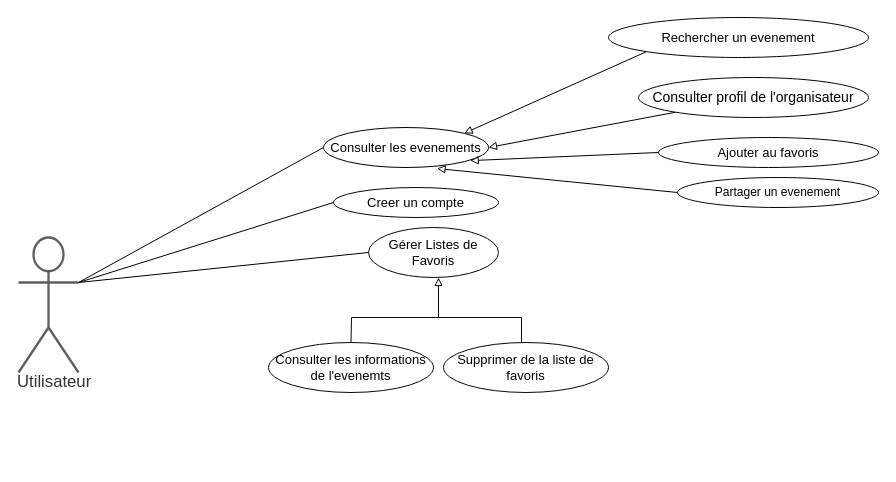
Above: Diagram de cas utilisation/1-Utilisateur_VF.drawio in mohamedimem/event- (draw.io), before the change. Source tidied: cells renumbered, new cells numbered last; positions are measured from the earlier drawing's top-left corner, leaving out a move shared by most shapes. Both pictures are drawn from the tidied source at 100%, with x=0, y=0 at pixel (18, 17).
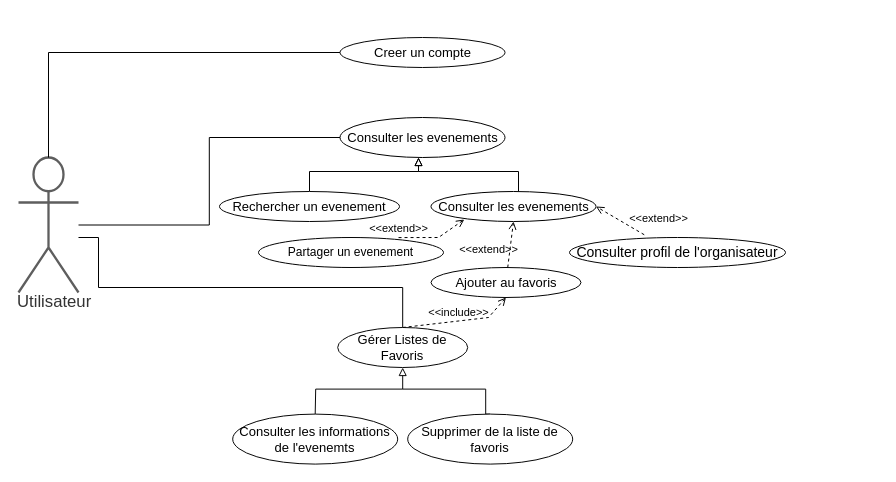
After the change.

Commit message:
Mettre à jour 1-Utilisateur_VF.drawio

What changed in the source:
```diff
@@
-    <mxCell id="2" style="rounded=0;jettySize=auto;html=1;exitX=1;exitY=0.3333333333333333;exitDx=0;exitDy=0;exitPerimeter=0;entryX=0;entryY=0.5;entryDx=0;entryDy=0;endArrow=none;endFill=0;" parent="1" edge="1" source="4" target="5">
-      <mxGeometry relative="1" as="geometry" />
-    </mxCell>
-    <mxCell id="3" style="edgeStyle=none;rounded=0;jettySize=auto;html=1;exitX=1;exitY=0.3333333333333333;exitDx=0;exitDy=0;exitPerimeter=0;entryX=0;entryY=0.5;entryDx=0;entryDy=0;endArrow=none;endFill=0;" parent="1" edge="1" source="4" target="7">
-      <mxGeometry relative="1" as="geometry" />
-    </mxCell>
     <mxCell id="4" value="Utilisateur" style="html=1;overflow=block;blockSpacing=1;shape=umlActor;labelPosition=center;verticalLabelPosition=bottom;verticalAlign=top;whiteSpace=nowrap;fontSize=16.7;fontColor=#333333;align=center;spacing=0;strokeColor=#5e5e5e;strokeOpacity=100;rounded=1;absoluteArcSize=1;arcSize=9;strokeWidth=2.3;lucidId=8mitzC-ZQj-q;" parent="1" vertex="1">
-      <mxGeometry y="220" width="60" height="135" as="geometry" />
+      <mxGeometry y="140" width="60" height="135" as="geometry" />
     </mxCell>
+    <mxCell id="22" style="edgeStyle=orthogonalEdgeStyle;rounded=0;jettySize=auto;html=1;endArrow=none;endFill=0;" parent="1" edge="1" source="5" target="4">
+      <mxGeometry relative="1" as="geometry" />
+    </mxCell>
     <mxCell id="5" value="Consulter les evenements" style="html=1;overflow=block;blockSpacing=1;whiteSpace=wrap;ellipse;fontSize=13;spacing=3.8;strokeColor=#000000;strokeOpacity=100;rounded=1;absoluteArcSize=1;arcSize=9;strokeWidth=1;lucidId=soitjvf58P_N;" parent="1" vertex="1">
-      <mxGeometry x="305" y="110" width="165" height="40" as="geometry" />
+      <mxGeometry x="321.5" y="100" width="165" height="40" as="geometry" />
     </mxCell>
     <mxCell id="6" style="html=1;jettySize=18;whiteSpace=wrap;fontSize=13;strokeColor=#080808;strokeWidth=1;rounded=1;arcSize=12;edgeStyle=orthogonalEdgeStyle;startArrow=none;endArrow=block;endFill=1;lucidId=mpitS5lhm7C1;" parent="1" edge="1">
       <mxGeometry relative="1" as="geometry">
-        <mxPoint x="596" y="239" as="sourcePoint" />
-        <mxPoint x="596" y="239" as="targetPoint" />
+        <mxPoint x="565.2" y="339" as="sourcePoint" />
+        <mxPoint x="565.2" y="339" as="targetPoint" />
       </mxGeometry>
     </mxCell>
+    <mxCell id="23" style="edgeStyle=orthogonalEdgeStyle;rounded=0;jettySize=auto;html=1;exitX=0;exitY=0.5;exitDx=0;exitDy=0;endArrow=none;endFill=0;" parent="1" edge="1" source="7" target="4">
+      <mxGeometry relative="1" as="geometry" />
+    </mxCell>
     <mxCell id="7" value="Creer un compte" style="html=1;overflow=block;blockSpacing=1;whiteSpace=wrap;ellipse;fontSize=13;spacing=3.8;strokeColor=#080808;strokeOpacity=100;rounded=1;absoluteArcSize=1;arcSize=9;strokeWidth=1;lucidId=KpitLF8Kvkj4;" parent="1" vertex="1">
-      <mxGeometry x="315" y="170" width="165" height="30" as="geometry" />
+      <mxGeometry x="321.5" y="20" width="165" height="30" as="geometry" />
     </mxCell>
-    <mxCell id="8" style="edgeStyle=none;rounded=0;jettySize=auto;html=1;exitX=0;exitY=1;exitDx=0;exitDy=0;entryX=1;entryY=0;entryDx=0;entryDy=0;fontSize=14;endArrow=block;endFill=0;" parent="1" edge="1" source="9" target="5">
+    <mxCell id="8" style="edgeStyle=orthogonalEdgeStyle;rounded=0;jettySize=auto;html=1;entryX=0.476;entryY=1;entryDx=0;entryDy=0;entryPerimeter=0;endArrow=block;endFill=0;" parent="1" edge="1" source="9" target="5">
       <mxGeometry relative="1" as="geometry" />
     </mxCell>
     <mxCell id="9" value="&lt;div&gt;Rechercher un evenement &lt;br&gt;&lt;/div&gt;" style="html=1;overflow=block;blockSpacing=1;whiteSpace=wrap;ellipse;fontSize=13;spacing=3.8;strokeColor=#050505;strokeOpacity=100;rounded=1;absoluteArcSize=1;arcSize=9;strokeWidth=1;lucidId=.BitsejxpJ_f;" parent="1" vertex="1">
-      <mxGeometry x="590" width="260" height="40" as="geometry" />
+      <mxGeometry x="201" y="174" width="180" height="30" as="geometry" />
     </mxCell>
-    <mxCell id="10" style="edgeStyle=none;rounded=0;jettySize=auto;html=1;fontSize=14;endArrow=block;endFill=0;entryX=1;entryY=0.5;entryDx=0;entryDy=0;" parent="1" edge="1" source="11" target="5">
-      <mxGeometry relative="1" as="geometry" />
-    </mxCell>
     <mxCell id="11" value="&lt;font style=&quot;font-size: 14px;&quot;&gt;Consulter profil de l'organisateur&lt;/font&gt;" style="ellipse;whiteSpace=wrap;html=1;strokeColor=#050505;strokeWidth=1;" parent="1" vertex="1">
-      <mxGeometry x="620" y="60" width="230" height="40" as="geometry" />
+      <mxGeometry x="551" y="220" width="216" height="30" as="geometry" />
     </mxCell>
-    <mxCell id="12" style="edgeStyle=none;rounded=0;jettySize=auto;html=1;exitX=0;exitY=0.5;exitDx=0;exitDy=0;fontSize=14;endArrow=block;endFill=0;entryX=0.688;entryY=1.025;entryDx=0;entryDy=0;entryPerimeter=0;" parent="1" edge="1" source="13" target="5">
-      <mxGeometry relative="1" as="geometry" />
-    </mxCell>
     <mxCell id="13" value="Partager un evenement" style="ellipse;whiteSpace=wrap;html=1;strokeColor=#050505;strokeWidth=1;" parent="1" vertex="1">
-      <mxGeometry x="659" y="160" width="201" height="30" as="geometry" />
+      <mxGeometry x="240" y="220" width="185" height="30" as="geometry" />
     </mxCell>
-    <mxCell id="14" style="edgeStyle=none;rounded=0;jettySize=auto;html=1;exitX=0;exitY=0.5;exitDx=0;exitDy=0;entryX=0.889;entryY=0.828;entryDx=0;entryDy=0;fontSize=14;endArrow=block;endFill=0;entryPerimeter=0;" parent="1" edge="1" source="15" target="5">
-      <mxGeometry relative="1" as="geometry" />
-    </mxCell>
     <mxCell id="15" value="Ajouter au favoris" style="html=1;overflow=block;blockSpacing=1;whiteSpace=wrap;ellipse;fontSize=13;spacing=3.8;strokeColor=#050505;strokeOpacity=100;rounded=1;absoluteArcSize=1;arcSize=9;strokeWidth=1;lucidId=.BitsejxpJ_f;" parent="1" vertex="1">
-      <mxGeometry x="640" y="120" width="220" height="30" as="geometry" />
+      <mxGeometry x="412.5" y="250" width="150" height="30" as="geometry" />
     </mxCell>
+    <mxCell id="24" style="edgeStyle=orthogonalEdgeStyle;rounded=0;jettySize=auto;html=1;endArrow=none;endFill=0;" parent="1" edge="1" source="16" target="4">
+      <mxGeometry relative="1" as="geometry">
+        <Array as="points">
+          <mxPoint x="384" y="270" />
+          <mxPoint x="80" y="270" />
+          <mxPoint x="80" y="220" />
+        </Array>
+      </mxGeometry>
+    </mxCell>
     <mxCell id="16" value="Gérer Listes de Favoris " style="html=1;overflow=block;blockSpacing=1;whiteSpace=wrap;ellipse;fontSize=13;spacing=3.8;strokeColor=#080808;strokeOpacity=100;rounded=1;absoluteArcSize=1;arcSize=9;strokeWidth=1;lucidId=atit3Y5sFF7p;" parent="1" vertex="1">
-      <mxGeometry x="350" y="210" width="130" height="50" as="geometry" />
+      <mxGeometry x="319.2" y="310" width="130" height="40" as="geometry" />
     </mxCell>
     <mxCell id="17" style="edgeStyle=orthogonalEdgeStyle;rounded=0;jettySize=auto;html=1;exitX=0.5;exitY=0;exitDx=0;exitDy=0;strokeColor=#080808;strokeWidth=1;fontSize=14;endArrow=none;endFill=0;" parent="1" edge="1" source="18">
       <mxGeometry relative="1" as="geometry">
-        <mxPoint x="420" y="300" as="targetPoint" />
+        <mxPoint x="384.2" y="371.6" as="targetPoint" />
         <Array as="points">
-          <mxPoint x="503" y="300" />
+          <mxPoint x="467.2" y="371.6" />
         </Array>
       </mxGeometry>
     </mxCell>
     <mxCell id="18" value="Supprimer de la liste de favoris" style="html=1;overflow=block;blockSpacing=1;whiteSpace=wrap;ellipse;fontSize=13;spacing=3.8;strokeColor=#080808;strokeOpacity=100;rounded=1;absoluteArcSize=1;arcSize=9;strokeWidth=1;lucidId=atit3Y5sFF7p;" parent="1" vertex="1">
-      <mxGeometry x="425" y="325" width="165" height="50" as="geometry" />
+      <mxGeometry x="389.2" y="396.6" width="165" height="50" as="geometry" />
     </mxCell>
-    <mxCell id="19" style="edgeStyle=none;rounded=0;jettySize=auto;html=1;exitX=0.5;exitY=0;exitDx=0;exitDy=0;fontSize=14;endArrow=block;endFill=0;strokeColor=#080808;strokeWidth=1;" parent="1" edge="1" source="20">
+    <mxCell id="19" style="edgeStyle=none;rounded=0;jettySize=auto;html=1;exitX=0.5;exitY=0;exitDx=0;exitDy=0;fontSize=14;endArrow=block;endFill=0;strokeColor=#080808;strokeWidth=1;entryX=0.5;entryY=1;entryDx=0;entryDy=0;" parent="1" edge="1" source="20" target="16">
       <mxGeometry relative="1" as="geometry">
-        <mxPoint x="420" y="260" as="targetPoint" />
         <Array as="points">
-          <mxPoint x="333" y="300" />
-          <mxPoint x="420" y="300" />
+          <mxPoint x="297.2" y="371.6" />
+          <mxPoint x="384.2" y="371.6" />
         </Array>
       </mxGeometry>
     </mxCell>
     <mxCell id="20" value="Consulter les informations de l'evenemts" style="html=1;overflow=block;blockSpacing=1;whiteSpace=wrap;ellipse;fontSize=13;spacing=3.8;strokeColor=#080808;strokeOpacity=100;rounded=1;absoluteArcSize=1;arcSize=9;strokeWidth=1;lucidId=atit3Y5sFF7p;" parent="1" vertex="1">
-      <mxGeometry x="250" y="325" width="165" height="50" as="geometry" />
+      <mxGeometry x="214.2" y="396.6" width="165" height="50" as="geometry" />
     </mxCell>
-    <mxCell id="21" style="edgeStyle=none;rounded=0;jettySize=auto;html=1;exitX=1;exitY=0.3333333333333333;exitDx=0;exitDy=0;exitPerimeter=0;entryX=0;entryY=0.5;entryDx=0;entryDy=0;endArrow=none;endFill=0;" parent="1" edge="1" source="4" target="16">
-      <mxGeometry relative="1" as="geometry" />
-    </mxCell>
+    <mxCell id="25" style="edgeStyle=orthogonalEdgeStyle;rounded=0;jettySize=auto;html=1;endArrow=block;endFill=0;" parent="1" edge="1" source="26">
+      <mxGeometry relative="1" as="geometry">
+        <mxPoint x="400" y="140" as="targetPoint" />
+        <Array as="points">
+          <mxPoint x="500" y="154" />
+          <mxPoint x="400" y="154" />
+        </Array>
+      </mxGeometry>
+    </mxCell>
+    <mxCell id="26" value="Consulter les evenements" style="html=1;overflow=block;blockSpacing=1;whiteSpace=wrap;ellipse;fontSize=13;spacing=3.8;strokeColor=#000000;strokeOpacity=100;rounded=1;absoluteArcSize=1;arcSize=9;strokeWidth=1;lucidId=soitjvf58P_N;" parent="1" vertex="1">
+      <mxGeometry x="412.5" y="174" width="165" height="30" as="geometry" />
+    </mxCell>
+    <mxCell id="27" value="&amp;lt;&amp;lt;include&amp;gt;&amp;gt;" style="html=1;verticalAlign=bottom;labelBackgroundColor=none;endArrow=open;endFill=0;dashed=1;rounded=0;exitX=0.5;exitY=0;exitDx=0;exitDy=0;entryX=0.5;entryY=1;entryDx=0;entryDy=0;" parent="1" edge="1" source="16" target="15">
+      <mxGeometry relative="1" as="geometry">
+        <Array as="points">
+          <mxPoint x="470" y="300" />
+        </Array>
+      </mxGeometry>
+    </mxCell>
+    <mxCell id="28" value="&amp;lt;&amp;lt;extend&amp;gt;&amp;gt;" style="html=1;verticalAlign=bottom;labelBackgroundColor=none;endArrow=open;endFill=0;dashed=1;rounded=0;entryX=0.202;entryY=0.933;entryDx=0;entryDy=0;entryPerimeter=0;exitX=0.757;exitY=0.003;exitDx=0;exitDy=0;exitPerimeter=0;" parent="1" edge="1" source="13" target="26">
+      <mxGeometry x="-1" relative="1" as="geometry">
+        <Array as="points">
+          <mxPoint x="420" y="220" />
+        </Array>
+      </mxGeometry>
+    </mxCell>
+    <mxCell id="29" value="&amp;lt;&amp;lt;extend&amp;gt;&amp;gt;" style="html=1;verticalAlign=bottom;labelBackgroundColor=none;endArrow=open;endFill=0;dashed=1;rounded=0;entryX=0.5;entryY=1;entryDx=0;entryDy=0;" parent="1" edge="1" source="15" target="26">
+      <mxGeometry x="-0.68" y="20" relative="1" as="geometry" />
+    </mxCell>
+    <mxCell id="30" value="&amp;lt;&amp;lt;extend&amp;gt;&amp;gt;" style="html=1;verticalAlign=bottom;labelBackgroundColor=none;endArrow=open;endFill=0;dashed=1;rounded=0;entryX=1;entryY=0.5;entryDx=0;entryDy=0;exitX=0.346;exitY=-0.092;exitDx=0;exitDy=0;exitPerimeter=0;" parent="1" edge="1" source="11" target="26">
+      <mxGeometry x="-1" y="-16" relative="1" as="geometry">
+        <mxPoint x="6" y="7" as="offset" />
+      </mxGeometry>
+    </mxCell>
```
